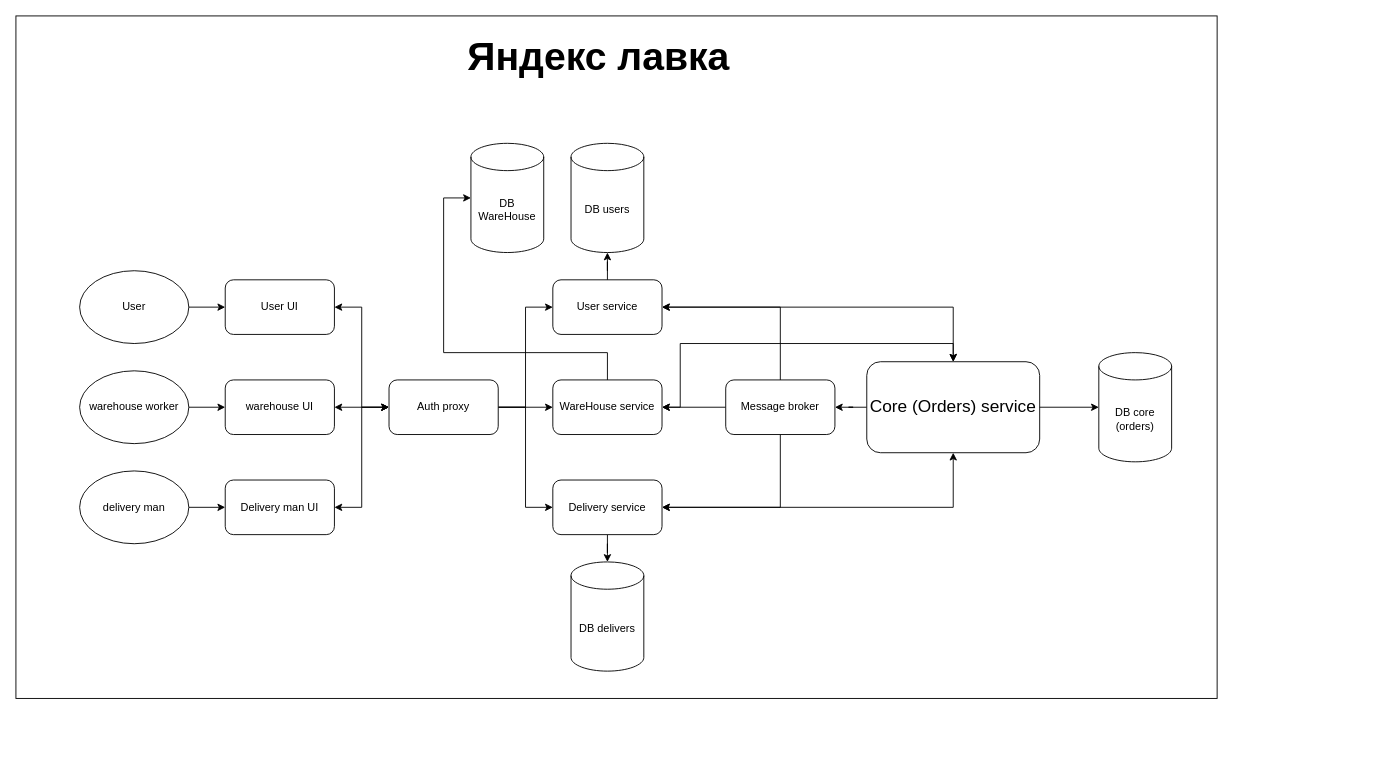
This is diagrams/YandexLavkaBlockScheme.drawio from NikosSgo/YandexLavka, a draw.io file, before an edit. Source tidied: cells renumbered, new cells numbered last; positions are measured from the earlier drawing's top-left corner, leaving out a move shared by most shapes. Both pictures are drawn from the tidied source at 91%, with x=0, y=0 at pixel (15, 15).
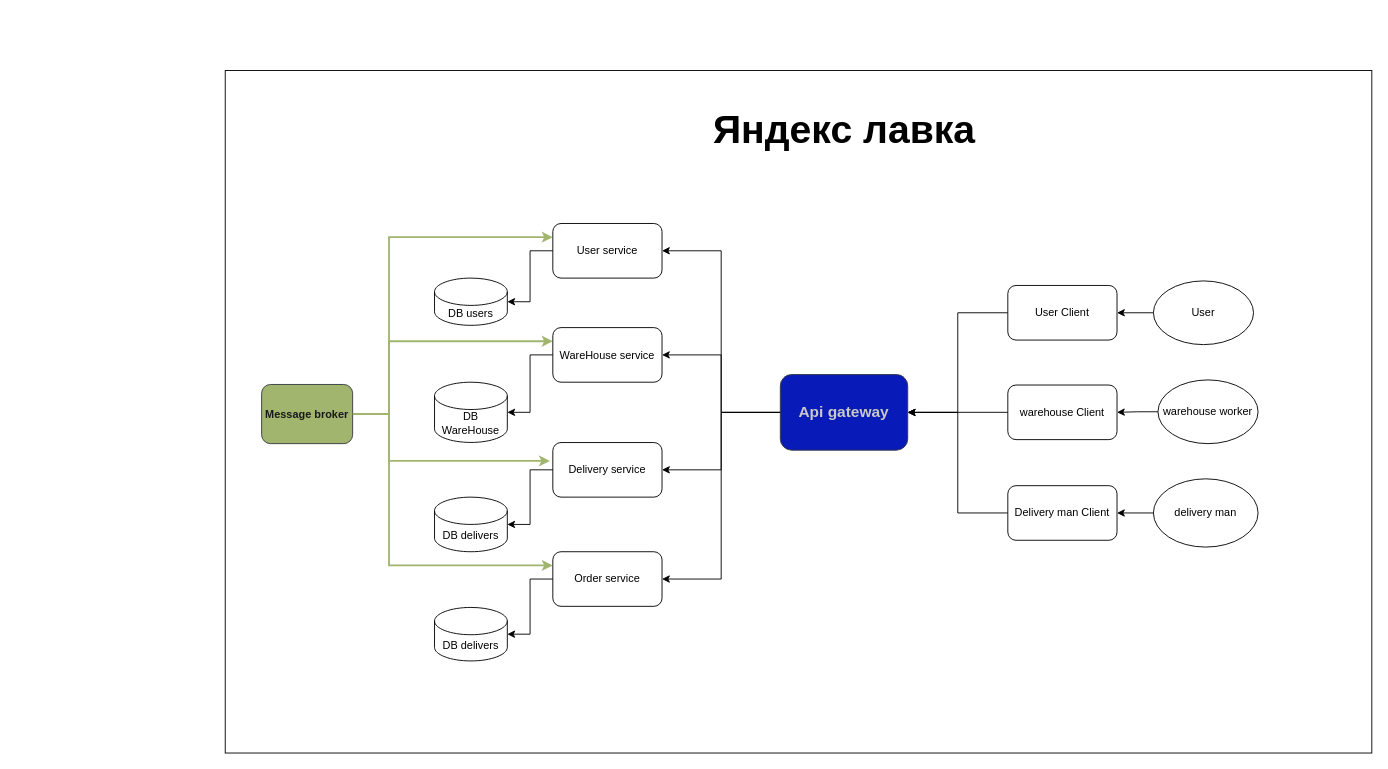
The same diagram, later.

Diff of the diagram source:
```diff
@@
     <mxCell id="2" style="rounded=0;whiteSpace=wrap;html=1;" parent="1" vertex="1">
-      <mxGeometry width="1320" height="750" as="geometry" />
+      <mxGeometry x="230" y="60" width="1260" height="750" as="geometry" />
     </mxCell>
-    <mxCell id="3" style="edgeStyle=orthogonalEdgeStyle;rounded=0;jettySize=auto;html=1;exitX=1;exitY=0.5;exitDx=0;exitDy=0;entryX=0;entryY=0.5;entryDx=0;entryDy=0;startArrow=classic;startFill=1;" parent="1" edge="1" source="4" target="21">
-      <mxGeometry relative="1" as="geometry" />
-    </mxCell>
-    <mxCell id="4" value="User UI" style="rounded=1;whiteSpace=wrap;html=1;" parent="1" vertex="1">
-      <mxGeometry x="230" y="290" width="120" height="60" as="geometry" />
-    </mxCell>
     <mxCell id="5" value="&lt;font style=&quot;font-size: 43px;&quot;&gt;&lt;b style=&quot;&quot;&gt;Яндекс лавка&lt;/b&gt;&lt;/font&gt;" style="text;html=1;align=center;verticalAlign=middle;strokeColor=none;fillColor=none;" parent="1" vertex="1">
-      <mxGeometry x="480" y="10" width="320" height="70" as="geometry" />
+      <mxGeometry x="750" y="90" width="320" height="70" as="geometry" />
     </mxCell>
-    <mxCell id="6" style="edgeStyle=orthogonalEdgeStyle;rounded=0;jettySize=auto;html=1;entryX=1;entryY=0.5;entryDx=0;entryDy=0;" parent="1" edge="1" source="10" target="14">
-      <mxGeometry relative="1" as="geometry" />
-    </mxCell>
+    <mxCell id="9" style="edgeStyle=orthogonalEdgeStyle;rounded=0;jettySize=auto;html=1;entryX=1;entryY=0.5;entryDx=0;entryDy=0;" parent="1" edge="1" source="10" target="22">
+      <mxGeometry relative="1" as="geometry" />
+    </mxCell>
-    <mxCell id="7" style="edgeStyle=orthogonalEdgeStyle;rounded=0;jettySize=auto;html=1;entryX=1;entryY=0.5;entryDx=0;entryDy=0;startArrow=classic;startFill=1;" parent="1" edge="1" source="10" target="25">
-      <mxGeometry relative="1" as="geometry">
-        <Array as="points">
-          <mxPoint x="1030" y="320" />
-        </Array>
-      </mxGeometry>
+    <mxCell id="7" style="edgeStyle=orthogonalEdgeStyle;rounded=0;jettySize=auto;html=1;entryX=1;entryY=0.5;entryDx=0;entryDy=0;" parent="1" edge="1" source="10" target="25">
+      <mxGeometry relative="1" as="geometry" />
     </mxCell>
-    <mxCell id="8" style="edgeStyle=orthogonalEdgeStyle;rounded=0;jettySize=auto;html=1;entryX=1;entryY=0.5;entryDx=0;entryDy=0;startArrow=classic;startFill=1;" parent="1" edge="1" source="10" target="24">
-      <mxGeometry relative="1" as="geometry">
-        <Array as="points">
-          <mxPoint x="1030" y="540" />
-        </Array>
-      </mxGeometry>
+    <mxCell id="8" style="edgeStyle=orthogonalEdgeStyle;rounded=0;jettySize=auto;html=1;entryX=1;entryY=0.5;entryDx=0;entryDy=0;" parent="1" edge="1" source="10" target="24">
+      <mxGeometry relative="1" as="geometry" />
     </mxCell>
-    <mxCell id="9" style="edgeStyle=orthogonalEdgeStyle;rounded=0;jettySize=auto;html=1;entryX=1;entryY=0.5;entryDx=0;entryDy=0;startArrow=classic;startFill=1;" parent="1" edge="1" source="10" target="22">
-      <mxGeometry relative="1" as="geometry">
-        <Array as="points">
-          <mxPoint x="1030" y="360" />
-          <mxPoint x="730" y="360" />
-          <mxPoint x="730" y="430" />
-        </Array>
-      </mxGeometry>
-    </mxCell>
+    <mxCell id="40" style="edgeStyle=orthogonalEdgeStyle;rounded=0;jettySize=auto;html=1;entryX=1;entryY=0.5;entryDx=0;entryDy=0;" parent="1" edge="1" source="10" target="51">
+      <mxGeometry relative="1" as="geometry" />
+    </mxCell>
-    <mxCell id="10" value="&lt;span style=&quot;font-size: 19px;&quot;&gt;Core (Orders) service&lt;/span&gt;" style="rounded=1;whiteSpace=wrap;html=1;" parent="1" vertex="1">
-      <mxGeometry x="935" y="380" width="190" height="100" as="geometry" />
+    <mxCell id="10" value="&lt;font color=&quot;#c9c9c9&quot;&gt;&lt;span style=&quot;font-size: 17px;&quot;&gt;&lt;b&gt;Api gateway&lt;/b&gt;&lt;/span&gt;&lt;/font&gt;" style="rounded=1;whiteSpace=wrap;html=1;fillColor=#081AB7;strokeColor=#36393d;" parent="1" vertex="1">
+      <mxGeometry x="840" y="394.1" width="140" height="83.1" as="geometry" />
     </mxCell>
-    <mxCell id="11" style="edgeStyle=orthogonalEdgeStyle;rounded=0;jettySize=auto;html=1;entryX=1;entryY=0.5;entryDx=0;entryDy=0;" parent="1" edge="1" source="14" target="22">
-      <mxGeometry relative="1" as="geometry" />
+    <mxCell id="11" style="edgeStyle=orthogonalEdgeStyle;rounded=0;jettySize=auto;html=1;entryX=0;entryY=0.25;entryDx=0;entryDy=0;strokeColor=#A1B56F;strokeWidth=2;" parent="1" edge="1" source="14" target="22">
+      <mxGeometry relative="1" as="geometry">
+        <Array as="points">
+          <mxPoint x="410" y="438" />
+          <mxPoint x="410" y="358" />
+        </Array>
+      </mxGeometry>
     </mxCell>
-    <mxCell id="12" style="edgeStyle=orthogonalEdgeStyle;rounded=0;jettySize=auto;html=1;entryX=1;entryY=0.5;entryDx=0;entryDy=0;" parent="1" edge="1" source="14" target="25">
+    <mxCell id="12" style="edgeStyle=orthogonalEdgeStyle;rounded=0;jettySize=auto;html=1;entryX=0;entryY=0.25;entryDx=0;entryDy=0;strokeColor=#A1B56F;strokeWidth=2;" parent="1" edge="1" source="14" target="25">
       <mxGeometry relative="1" as="geometry">
         <Array as="points">
-          <mxPoint x="840" y="320" />
+          <mxPoint x="410" y="438" />
+          <mxPoint x="410" y="243" />
         </Array>
       </mxGeometry>
     </mxCell>
-    <mxCell id="13" style="edgeStyle=orthogonalEdgeStyle;rounded=0;jettySize=auto;html=1;entryX=1;entryY=0.5;entryDx=0;entryDy=0;" parent="1" edge="1" source="14" target="24">
-      <mxGeometry relative="1" as="geometry">
-        <Array as="points">
-          <mxPoint x="840" y="540" />
-        </Array>
-      </mxGeometry>
-    </mxCell>
+    <mxCell id="41" style="edgeStyle=orthogonalEdgeStyle;rounded=0;jettySize=auto;html=1;entryX=0;entryY=0.25;entryDx=0;entryDy=0;strokeColor=#A1B56F;strokeWidth=2;" parent="1" edge="1" source="14" target="51">
+      <mxGeometry relative="1" as="geometry">
+        <Array as="points">
+          <mxPoint x="410" y="438" />
+          <mxPoint x="410" y="604" />
+        </Array>
+      </mxGeometry>
+    </mxCell>
-    <mxCell id="14" value="Message broker" style="rounded=1;whiteSpace=wrap;html=1;" parent="1" vertex="1">
-      <mxGeometry x="780" y="400" width="120" height="60" as="geometry" />
+    <mxCell id="14" value="&lt;font style=&quot;color: rgb(25, 25, 25);&quot;&gt;&lt;b style=&quot;&quot;&gt;Message broker&lt;/b&gt;&lt;/font&gt;" style="rounded=1;whiteSpace=wrap;html=1;fillColor=#A1B56F;strokeColor=#36393d;glass=0;" parent="1" vertex="1">
+      <mxGeometry x="270" y="405" width="100" height="65" as="geometry" />
     </mxCell>
     <mxCell id="15" value="DB delivers" style="shape=cylinder3;whiteSpace=wrap;html=1;boundedLbl=1;backgroundOutline=1;size=15;" parent="1" vertex="1">
-      <mxGeometry x="610" y="600" width="80" height="120" as="geometry" />
+      <mxGeometry x="460" y="528.8" width="80" height="60" as="geometry" />
     </mxCell>
     <mxCell id="16" value="DB users" style="shape=cylinder3;whiteSpace=wrap;html=1;boundedLbl=1;backgroundOutline=1;size=15;" parent="1" vertex="1">
-      <mxGeometry x="610" y="140" width="80" height="120" as="geometry" />
+      <mxGeometry x="460" y="288.1" width="80" height="51.9" as="geometry" />
     </mxCell>
     <mxCell id="17" value="DB WareHouse" style="shape=cylinder3;whiteSpace=wrap;html=1;boundedLbl=1;backgroundOutline=1;size=15;" parent="1" vertex="1">
-      <mxGeometry x="500" y="140" width="80" height="120" as="geometry" />
+      <mxGeometry x="460" y="402.5" width="80" height="66.2" as="geometry" />
     </mxCell>
-    <mxCell id="18" style="edgeStyle=orthogonalEdgeStyle;rounded=0;jettySize=auto;html=1;entryX=0;entryY=0.5;entryDx=0;entryDy=0;" parent="1" edge="1" source="21" target="22">
-      <mxGeometry relative="1" as="geometry" />
-    </mxCell>
-    <mxCell id="19" style="edgeStyle=orthogonalEdgeStyle;rounded=0;jettySize=auto;html=1;entryX=0;entryY=0.5;entryDx=0;entryDy=0;" parent="1" edge="1" source="21" target="25">
-      <mxGeometry relative="1" as="geometry" />
-    </mxCell>
-    <mxCell id="20" style="edgeStyle=orthogonalEdgeStyle;rounded=0;jettySize=auto;html=1;entryX=0;entryY=0.5;entryDx=0;entryDy=0;" parent="1" edge="1" source="21" target="24">
-      <mxGeometry relative="1" as="geometry" />
-    </mxCell>
-    <mxCell id="21" value="Auth proxy" style="rounded=1;whiteSpace=wrap;html=1;" parent="1" vertex="1">
-      <mxGeometry x="410" y="400" width="120" height="60" as="geometry" />
-    </mxCell>
     <mxCell id="22" value="WareHouse service" style="rounded=1;whiteSpace=wrap;html=1;" parent="1" vertex="1">
-      <mxGeometry x="590" y="400" width="120" height="60" as="geometry" />
+      <mxGeometry x="590" y="342.5" width="120" height="60" as="geometry" />
     </mxCell>
-    <mxCell id="23" style="edgeStyle=orthogonalEdgeStyle;rounded=0;jettySize=auto;html=1;" parent="1" edge="1" source="24" target="15">
-      <mxGeometry relative="1" as="geometry" />
-    </mxCell>
     <mxCell id="24" value="Delivery service" style="rounded=1;whiteSpace=wrap;html=1;" parent="1" vertex="1">
-      <mxGeometry x="590" y="510" width="120" height="60" as="geometry" />
+      <mxGeometry x="590" y="468.8" width="120" height="60" as="geometry" />
     </mxCell>
     <mxCell id="25" value="User service" style="rounded=1;whiteSpace=wrap;html=1;" parent="1" vertex="1">
-      <mxGeometry x="590" y="290" width="120" height="60" as="geometry" />
+      <mxGeometry x="590" y="228.1" width="120" height="60" as="geometry" />
     </mxCell>
-    <mxCell id="26" style="edgeStyle=orthogonalEdgeStyle;rounded=0;jettySize=auto;html=1;exitX=1;exitY=0.5;exitDx=0;exitDy=0;entryX=0;entryY=0.5;entryDx=0;entryDy=0;" parent="1" edge="1" source="27" target="4">
-      <mxGeometry relative="1" as="geometry" />
-    </mxCell>
+    <mxCell id="42" style="edgeStyle=orthogonalEdgeStyle;rounded=0;jettySize=auto;html=1;entryX=1;entryY=0.5;entryDx=0;entryDy=0;" parent="1" edge="1" source="43" target="10">
+      <mxGeometry relative="1" as="geometry" />
+    </mxCell>
+    <mxCell id="43" value="User Client" style="rounded=1;whiteSpace=wrap;html=1;" parent="1" vertex="1">
+      <mxGeometry x="1090" y="296.2" width="120" height="60" as="geometry" />
+    </mxCell>
+    <mxCell id="44" style="edgeStyle=orthogonalEdgeStyle;rounded=0;jettySize=auto;html=1;entryX=1;entryY=0.5;entryDx=0;entryDy=0;" parent="1" edge="1" source="27" target="43">
+      <mxGeometry relative="1" as="geometry" />
+    </mxCell>
     <mxCell id="27" value="User" style="ellipse;whiteSpace=wrap;html=1;" parent="1" vertex="1">
-      <mxGeometry x="70" y="280" width="120" height="80" as="geometry" />
+      <mxGeometry x="1250" y="291.2" width="110" height="70" as="geometry" />
     </mxCell>
-    <mxCell id="28" style="edgeStyle=orthogonalEdgeStyle;rounded=0;jettySize=auto;html=1;entryX=0;entryY=0.5;entryDx=0;entryDy=0;" parent="1" edge="1" source="29" target="31">
-      <mxGeometry relative="1" as="geometry" />
-    </mxCell>
+    <mxCell id="45" style="edgeStyle=orthogonalEdgeStyle;rounded=0;jettySize=auto;html=1;" parent="1" edge="1" source="29" target="47">
+      <mxGeometry relative="1" as="geometry" />
+    </mxCell>
     <mxCell id="29" value="&lt;div&gt;warehouse worker&lt;/div&gt;" style="ellipse;whiteSpace=wrap;html=1;" parent="1" vertex="1">
-      <mxGeometry x="70" y="390" width="120" height="80" as="geometry" />
+      <mxGeometry x="1255" y="400" width="110" height="70" as="geometry" />
     </mxCell>
-    <mxCell id="30" style="edgeStyle=orthogonalEdgeStyle;rounded=0;jettySize=auto;html=1;entryX=0;entryY=0.5;entryDx=0;entryDy=0;startArrow=classic;startFill=1;" parent="1" edge="1" source="31" target="21">
-      <mxGeometry relative="1" as="geometry" />
-    </mxCell>
-    <mxCell id="31" value="&lt;div&gt;warehouse UI&lt;/div&gt;" style="rounded=1;whiteSpace=wrap;html=1;" parent="1" vertex="1">
-      <mxGeometry x="230" y="400" width="120" height="60" as="geometry" />
-    </mxCell>
-    <mxCell id="32" style="edgeStyle=orthogonalEdgeStyle;rounded=0;jettySize=auto;html=1;entryX=0;entryY=0.5;entryDx=0;entryDy=0;" parent="1" edge="1" source="33" target="35">
-      <mxGeometry relative="1" as="geometry" />
-    </mxCell>
+    <mxCell id="46" style="edgeStyle=orthogonalEdgeStyle;rounded=0;jettySize=auto;html=1;" parent="1" edge="1" source="47" target="10">
+      <mxGeometry relative="1" as="geometry" />
+    </mxCell>
+    <mxCell id="47" value="&lt;div&gt;warehouse Client&lt;/div&gt;" style="rounded=1;whiteSpace=wrap;html=1;" parent="1" vertex="1">
+      <mxGeometry x="1090" y="405.6" width="120" height="60" as="geometry" />
+    </mxCell>
+    <mxCell id="48" style="edgeStyle=orthogonalEdgeStyle;rounded=0;jettySize=auto;html=1;entryX=1;entryY=0.5;entryDx=0;entryDy=0;" parent="1" edge="1" source="33" target="50">
+      <mxGeometry relative="1" as="geometry" />
+    </mxCell>
     <mxCell id="33" value="delivery man" style="ellipse;whiteSpace=wrap;html=1;" parent="1" vertex="1">
-      <mxGeometry x="70" y="500" width="120" height="80" as="geometry" />
+      <mxGeometry x="1250" y="508.7" width="115" height="75" as="geometry" />
     </mxCell>
-    <mxCell id="34" style="edgeStyle=orthogonalEdgeStyle;rounded=0;jettySize=auto;html=1;entryX=0;entryY=0.5;entryDx=0;entryDy=0;startArrow=classic;startFill=1;" parent="1" edge="1" source="35" target="21">
-      <mxGeometry relative="1" as="geometry" />
-    </mxCell>
-    <mxCell id="35" value="Delivery man UI" style="rounded=1;whiteSpace=wrap;html=1;" parent="1" vertex="1">
-      <mxGeometry x="230" y="510" width="120" height="60" as="geometry" />
-    </mxCell>
-    <mxCell id="36" value="DB core (orders)" style="shape=cylinder3;whiteSpace=wrap;html=1;boundedLbl=1;backgroundOutline=1;size=15;" parent="1" vertex="1">
-      <mxGeometry x="1190" y="370" width="80" height="120" as="geometry" />
-    </mxCell>
+    <mxCell id="49" style="edgeStyle=orthogonalEdgeStyle;rounded=0;jettySize=auto;html=1;entryX=1;entryY=0.5;entryDx=0;entryDy=0;" parent="1" edge="1" source="50" target="10">
+      <mxGeometry relative="1" as="geometry" />
+    </mxCell>
+    <mxCell id="50" value="Delivery man Client" style="rounded=1;whiteSpace=wrap;html=1;" parent="1" vertex="1">
+      <mxGeometry x="1090" y="516.2" width="120" height="60" as="geometry" />
+    </mxCell>
+    <mxCell id="23" style="edgeStyle=orthogonalEdgeStyle;rounded=0;jettySize=auto;html=1;entryX=1;entryY=0.5;entryDx=0;entryDy=0;entryPerimeter=0;" parent="1" edge="1" source="24" target="15">
+      <mxGeometry relative="1" as="geometry" />
+    </mxCell>
+    <mxCell id="38" style="edgeStyle=orthogonalEdgeStyle;rounded=0;jettySize=auto;html=1;entryX=1;entryY=0.5;entryDx=0;entryDy=0;entryPerimeter=0;" parent="1" edge="1" source="22" target="17">
+      <mxGeometry relative="1" as="geometry" />
+    </mxCell>
-    <mxCell id="37" style="edgeStyle=orthogonalEdgeStyle;rounded=0;jettySize=auto;html=1;entryX=0.5;entryY=1;entryDx=0;entryDy=0;entryPerimeter=0;" parent="1" edge="1" source="25" target="16">
+    <mxCell id="37" style="edgeStyle=orthogonalEdgeStyle;rounded=0;jettySize=auto;html=1;entryX=1;entryY=0.5;entryDx=0;entryDy=0;entryPerimeter=0;" parent="1" edge="1" source="25" target="16">
       <mxGeometry relative="1" as="geometry" />
     </mxCell>
-    <mxCell id="38" style="edgeStyle=orthogonalEdgeStyle;rounded=0;jettySize=auto;html=1;entryX=0;entryY=0.5;entryDx=0;entryDy=0;entryPerimeter=0;" parent="1" edge="1" source="22" target="17">
-      <mxGeometry relative="1" as="geometry">
-        <Array as="points">
-          <mxPoint x="650" y="370" />
-          <mxPoint x="470" y="370" />
-          <mxPoint x="470" y="200" />
-        </Array>
-      </mxGeometry>
-    </mxCell>
-    <mxCell id="39" style="edgeStyle=orthogonalEdgeStyle;rounded=0;jettySize=auto;html=1;entryX=0;entryY=0.5;entryDx=0;entryDy=0;entryPerimeter=0;" parent="1" edge="1" source="10" target="36">
-      <mxGeometry relative="1" as="geometry" />
-    </mxCell>
+    <mxCell id="51" value="Order service" style="rounded=1;whiteSpace=wrap;html=1;" parent="1" vertex="1">
+      <mxGeometry x="590" y="588.8" width="120" height="60" as="geometry" />
+    </mxCell>
+    <mxCell id="52" value="DB delivers" style="shape=cylinder3;whiteSpace=wrap;html=1;boundedLbl=1;backgroundOutline=1;size=15;" parent="1" vertex="1">
+      <mxGeometry x="460" y="650" width="80" height="58.8" as="geometry" />
+    </mxCell>
+    <mxCell id="53" style="edgeStyle=orthogonalEdgeStyle;rounded=0;jettySize=auto;html=1;entryX=1;entryY=0.5;entryDx=0;entryDy=0;entryPerimeter=0;" parent="1" edge="1" source="51" target="52">
+      <mxGeometry relative="1" as="geometry" />
+    </mxCell>
+    <mxCell id="13" style="edgeStyle=orthogonalEdgeStyle;rounded=0;jettySize=auto;html=1;entryX=-0.026;entryY=0.336;entryDx=0;entryDy=0;entryPerimeter=0;strokeColor=#A1B56F;strokeWidth=2;" parent="1" edge="1" source="14" target="24">
+      <mxGeometry relative="1" as="geometry">
+        <Array as="points">
+          <mxPoint x="410" y="438" />
+          <mxPoint x="410" y="489" />
+        </Array>
+      </mxGeometry>
+    </mxCell>
```
